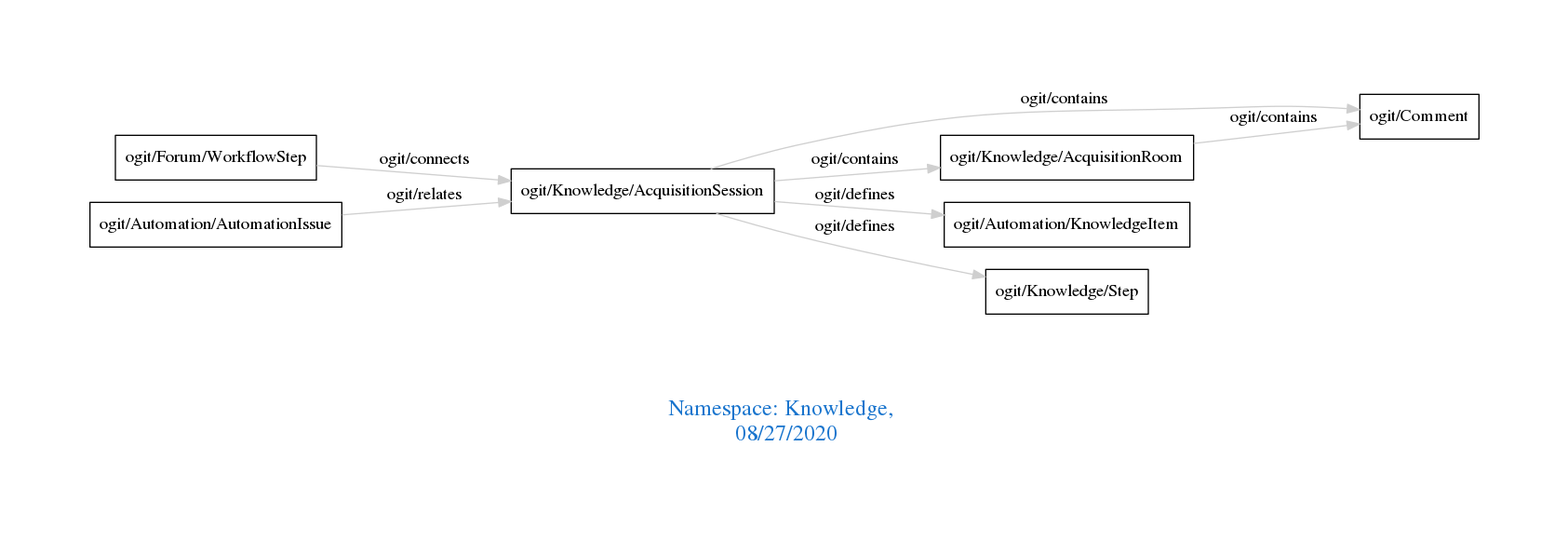
arago/OGIT keeps this Graphviz diagram as downloads/Knowledge.png. Above is the earlier version. Its source is kept beside it as downloads/Knowledge.dot.
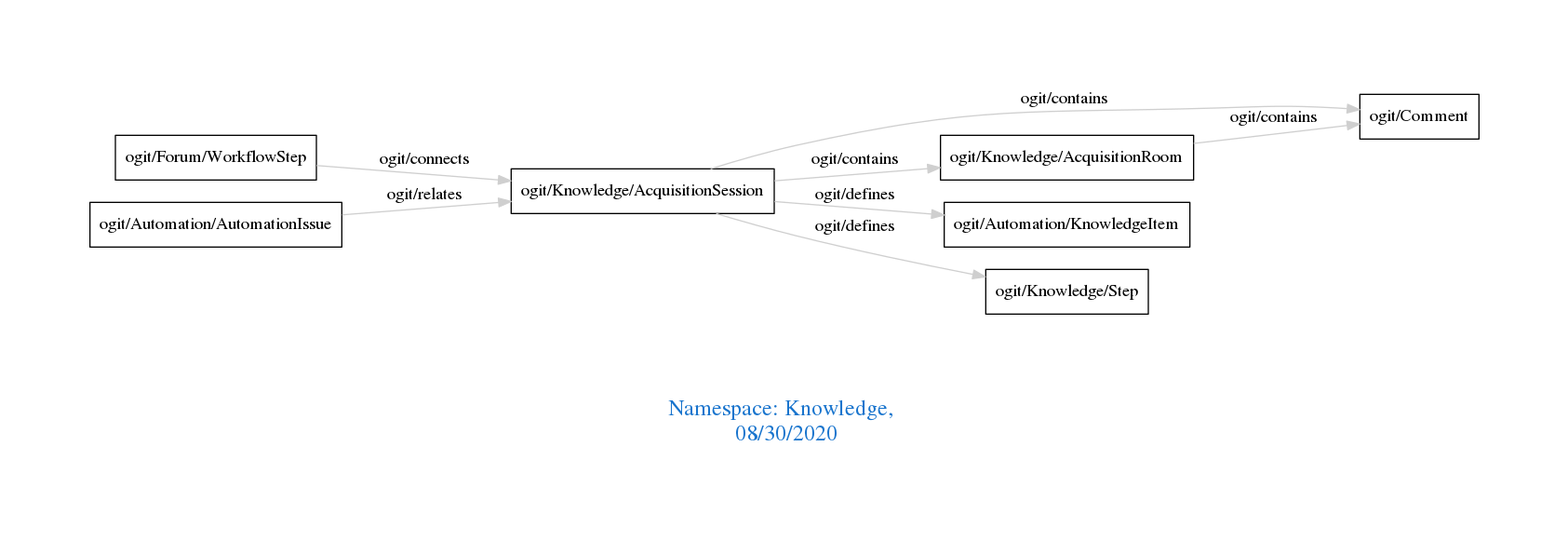
Above is the later version.

The edit, as a diff of the source:
```diff
@@ -1,7 +1,7 @@
 digraph OGIT_ontology {
  graph [ rankdir= LR,pad=1
 fontsize = 18,
-fontcolor= dodgerblue3,label = "\n\n\nNamespace: Knowledge, \n 08/27/2020"];
+fontcolor= dodgerblue3,label = "\n\n\nNamespace: Knowledge, \n 08/30/2020"];
 node[shape=polygon];
 edge [  color="gray81"];
 
```
